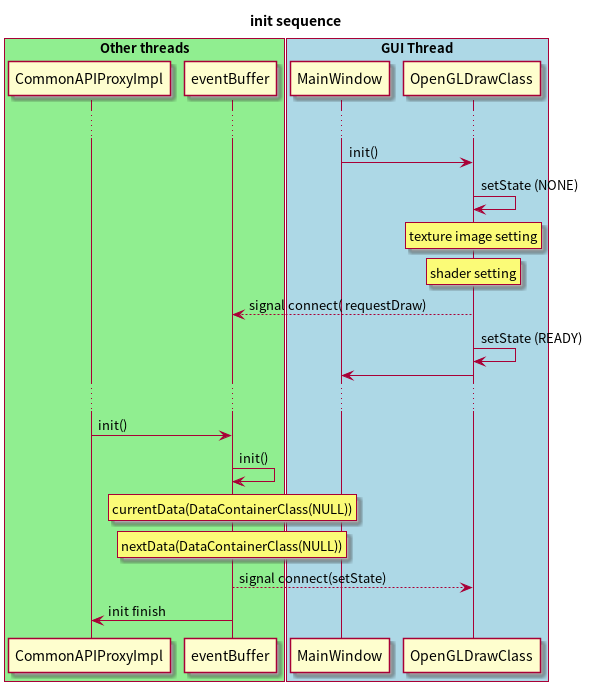
The PlantUML diagram PlantUml/initSequence.png in lwyoo/TestCommonAPI, before a commit.
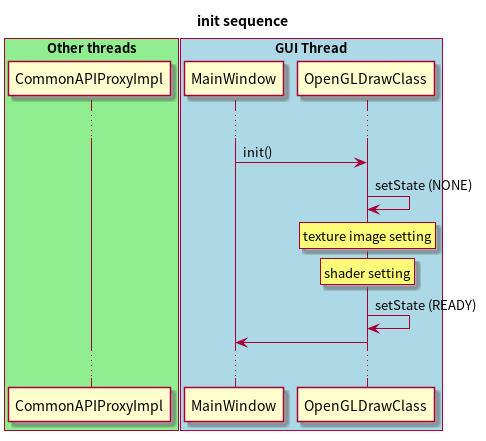
The same file after the commit.

Commit message:
[PlantUml] adas on/off , init , draw sequence update

The edit, as a diff of the source:
```diff
@@ -2,7 +2,6 @@
 title init sequence
 box "Other threads" #lightgreen
 participant  "CommonAPIProxyImpl" as Impl
-participant  "eventBuffer" as event
 endbox
 box "GUI Thread" #lightblue
 participant  "MainWindow" as MainWindow
@@ -21,29 +20,12 @@
   shader setting
 endrnote
 
-event <-- GL : signal connect( requestDraw)
 
 GL -> GL : setState (READY)
 GL -> MainWindow
 ...
 
 
-Impl -> event : init()
-
-event -> event : init()
-rnote over event
-  currentData(DataContainerClass(NULL))
-endrnote
-rnote over event
-  nextData(DataContainerClass(NULL))
-endrnote
-
-event --> GL : signal connect(setState)
-
-
-
-event -> Impl : init finish
-
 
 
 @enduml
```
